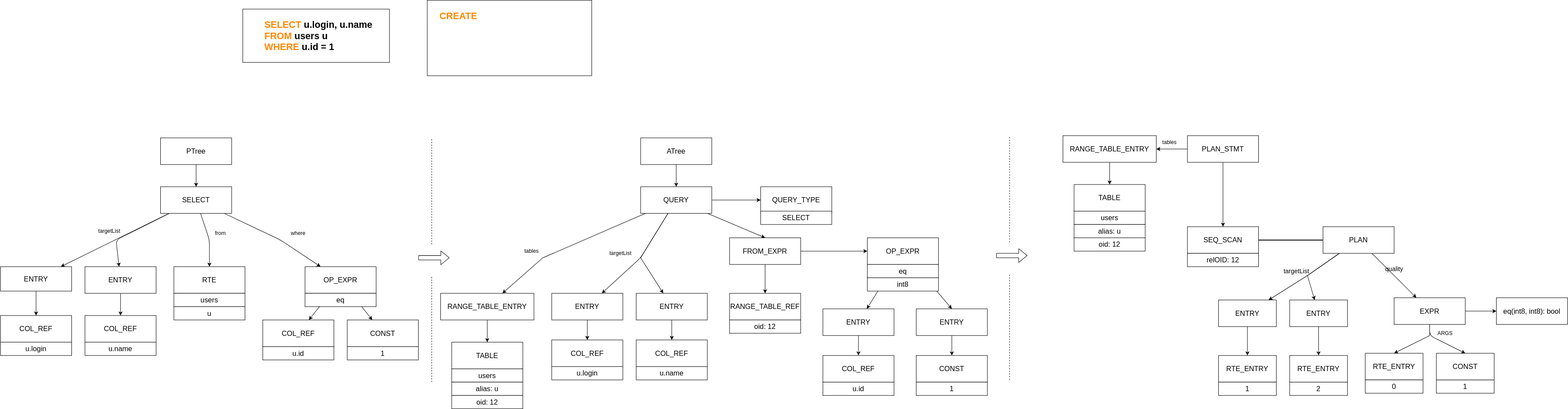
Earlier version of the draw.io export documentacion/query_transformation/simple_select.svg (Harry29-exe/HomegrownDB). Source tidied: cells renumbered, new cells last; positions are measured from the earlier drawing's top-left corner, leaving out a move shared by most shapes.
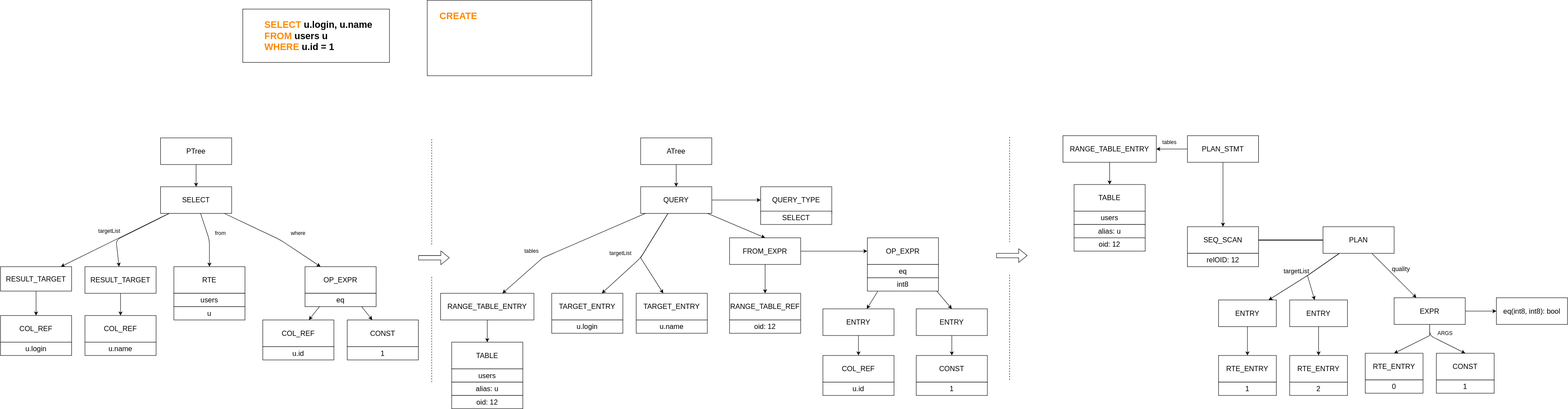
The same file after the commit.

Diff of the diagram source:
```diff
@@ -71,9 +71,6 @@
         <mxPoint x="970" y="620" as="targetPoint" />
       </mxGeometry>
     </mxCell>
-    <mxCell id="18" value="COL_REF" style="rounded=0;whiteSpace=wrap;html=1;labelBackgroundColor=none;sketch=0;fontSize=16;align=center;" parent="1" vertex="1">
-      <mxGeometry x="1240" y="765" width="160" height="60" as="geometry" />
-    </mxCell>
     <mxCell id="19" value="COL_REF" style="rounded=0;whiteSpace=wrap;html=1;labelBackgroundColor=none;sketch=0;fontSize=16;align=center;" parent="1" vertex="1">
       <mxGeometry x="190" y="710" width="160" height="60" as="geometry" />
     </mxCell>
@@ -113,17 +110,14 @@
     <mxCell id="27" value="QUERY" style="rounded=0;whiteSpace=wrap;html=1;labelBackgroundColor=none;sketch=0;fontSize=16;align=center;" parent="1" vertex="1">
       <mxGeometry x="1440" y="420" width="160" height="60" as="geometry" />
     </mxCell>
-    <mxCell id="28" style="edgeStyle=none;rounded=1;sketch=0;jettySize=auto;html=1;" parent="1" edge="1" source="29" target="18">
-      <mxGeometry relative="1" as="geometry" />
-    </mxCell>
-    <mxCell id="29" value="ENTRY" style="rounded=0;whiteSpace=wrap;html=1;labelBackgroundColor=none;sketch=0;fontSize=16;align=center;" parent="1" vertex="1">
+    <mxCell id="29" value="TARGET_ENTRY" style="rounded=0;whiteSpace=wrap;html=1;labelBackgroundColor=none;sketch=0;fontSize=16;align=center;" parent="1" vertex="1">
       <mxGeometry x="1240" y="660" width="160" height="60" as="geometry" />
     </mxCell>
     <mxCell id="30" value="u.login" style="rounded=0;whiteSpace=wrap;html=1;labelBackgroundColor=none;sketch=0;fontSize=16;align=center;" parent="1" vertex="1">
-      <mxGeometry x="1240" y="825" width="160" height="30" as="geometry" />
+      <mxGeometry x="1240" y="720" width="160" height="30" as="geometry" />
     </mxCell>
     <mxCell id="31" value="u.name" style="rounded=0;whiteSpace=wrap;html=1;labelBackgroundColor=none;sketch=0;fontSize=16;align=center;" parent="1" vertex="1">
-      <mxGeometry x="1430" y="825" width="160" height="30" as="geometry" />
+      <mxGeometry x="1430" y="720" width="160" height="30" as="geometry" />
     </mxCell>
     <mxCell id="32" style="edgeStyle=none;rounded=1;sketch=0;jettySize=auto;html=1;" parent="1" edge="1" source="34" target="35">
       <mxGeometry relative="1" as="geometry" />
@@ -137,15 +131,9 @@
     <mxCell id="35" value="RANGE_TABLE_REF" style="rounded=0;whiteSpace=wrap;html=1;labelBackgroundColor=none;sketch=0;fontSize=16;align=center;" parent="1" vertex="1">
       <mxGeometry x="1640" y="660" width="160" height="60" as="geometry" />
     </mxCell>
-    <mxCell id="36" style="edgeStyle=none;rounded=1;sketch=0;jettySize=auto;html=1;entryX=0.5;entryY=0;entryDx=0;entryDy=0;" parent="1" edge="1" source="37" target="38">
-      <mxGeometry relative="1" as="geometry" />
-    </mxCell>
-    <mxCell id="37" value="ENTRY" style="rounded=0;whiteSpace=wrap;html=1;labelBackgroundColor=none;sketch=0;fontSize=16;align=center;" parent="1" vertex="1">
+    <mxCell id="37" value="TARGET_ENTRY" style="rounded=0;whiteSpace=wrap;html=1;labelBackgroundColor=none;sketch=0;fontSize=16;align=center;" parent="1" vertex="1">
       <mxGeometry x="1430" y="660" width="160" height="60" as="geometry" />
     </mxCell>
-    <mxCell id="38" value="COL_REF" style="rounded=0;whiteSpace=wrap;html=1;labelBackgroundColor=none;sketch=0;fontSize=16;align=center;" parent="1" vertex="1">
-      <mxGeometry x="1430" y="765" width="160" height="60" as="geometry" />
-    </mxCell>
     <mxCell id="39" style="edgeStyle=none;rounded=1;sketch=0;jettySize=auto;html=1;fontSize=21;fontColor=#FF8800;" parent="1" edge="1" source="41" target="88">
       <mxGeometry relative="1" as="geometry" />
     </mxCell>
@@ -285,7 +273,7 @@
     <mxCell id="80" style="edgeStyle=none;rounded=0;jettySize=auto;html=1;" parent="1" edge="1" source="81" target="19">
       <mxGeometry relative="1" as="geometry" />
     </mxCell>
-    <mxCell id="81" value="ENTRY" style="rounded=0;whiteSpace=wrap;html=1;labelBackgroundColor=none;sketch=0;fontSize=16;align=center;" parent="1" vertex="1">
+    <mxCell id="81" value="RESULT_TARGET" style="rounded=0;whiteSpace=wrap;html=1;labelBackgroundColor=none;sketch=0;fontSize=16;align=center;" parent="1" vertex="1">
       <mxGeometry x="190" y="600" width="160" height="60" as="geometry" />
     </mxCell>
     <mxCell id="82" value="COL_REF" style="rounded=0;whiteSpace=wrap;html=1;labelBackgroundColor=none;sketch=0;fontSize=16;align=center;" parent="1" vertex="1">
@@ -294,7 +282,7 @@
     <mxCell id="83" style="edgeStyle=orthogonalEdgeStyle;rounded=0;jettySize=auto;html=1;" parent="1" edge="1" source="84" target="82">
       <mxGeometry relative="1" as="geometry" />
     </mxCell>
-    <mxCell id="84" value="ENTRY" style="rounded=0;whiteSpace=wrap;html=1;labelBackgroundColor=none;sketch=0;fontSize=16;align=center;" parent="1" vertex="1">
+    <mxCell id="84" value="RESULT_TARGET" style="rounded=0;whiteSpace=wrap;html=1;labelBackgroundColor=none;sketch=0;fontSize=16;align=center;" parent="1" vertex="1">
       <mxGeometry y="600" width="160" height="55" as="geometry" />
     </mxCell>
     <mxCell id="85" value="u.id" style="rounded=0;whiteSpace=wrap;html=1;labelBackgroundColor=none;sketch=0;fontSize=16;align=center;" parent="1" vertex="1">
@@ -421,7 +409,7 @@
       <mxGeometry relative="1" as="geometry" />
     </mxCell>
     <mxCell id="122" value="&lt;font style=&quot;font-size: 14px&quot;&gt;quality&lt;/font&gt;" style="text;html=1;align=center;verticalAlign=middle;strokeColor=none;fillColor=none;" parent="1" vertex="1">
-      <mxGeometry x="3105" y="595" width="60" height="20" as="geometry" />
+      <mxGeometry x="3120" y="595" width="60" height="20" as="geometry" />
     </mxCell>
     <mxCell id="123" value="&lt;font style=&quot;font-size: 14px&quot;&gt;targetList&lt;/font&gt;" style="text;html=1;align=center;verticalAlign=middle;strokeColor=none;fillColor=none;" parent="1" vertex="1">
       <mxGeometry x="2880" y="600" width="70" height="20" as="geometry" />
```
